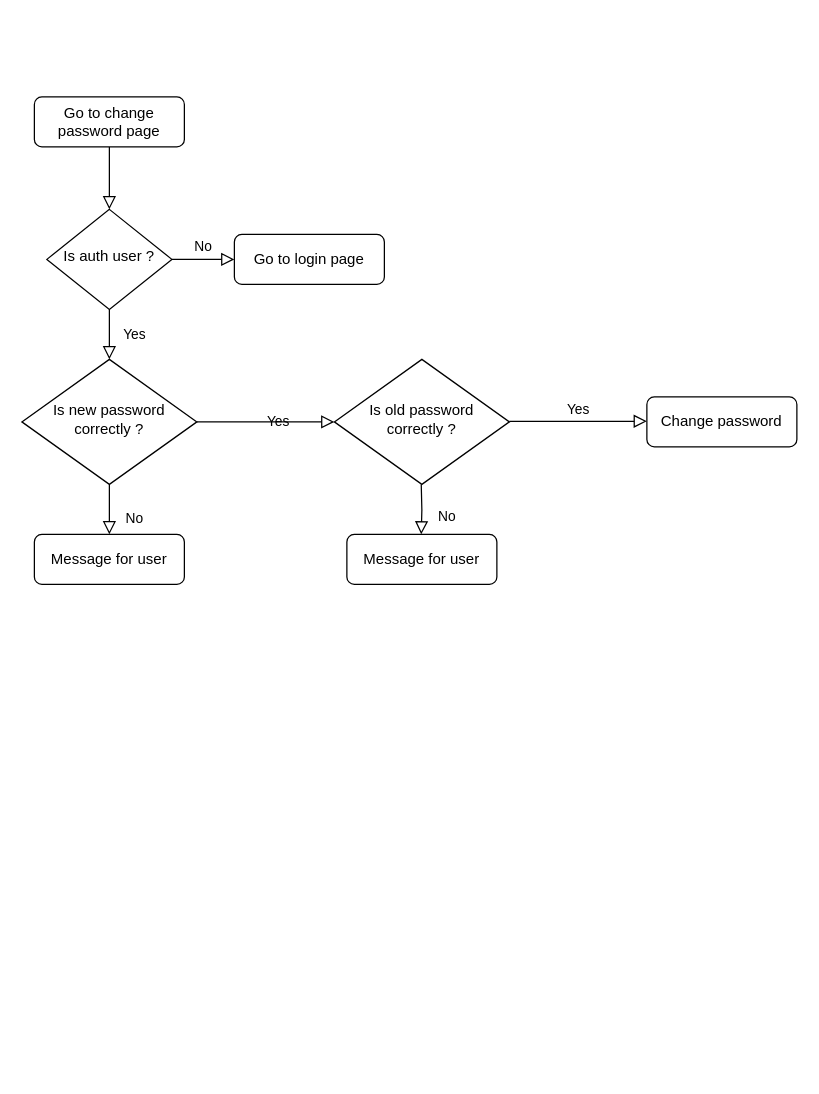
Before: Flow.drawio in Deeathwiing/brackets, a draw.io diagram. Source tidied: cells renumbered, new cells numbered last; positions are measured from the earlier drawing's top-left corner, leaving out a move shared by most shapes. Both pictures are drawn from the tidied source at 125%, with x=0, y=0 at pixel (21, 96).
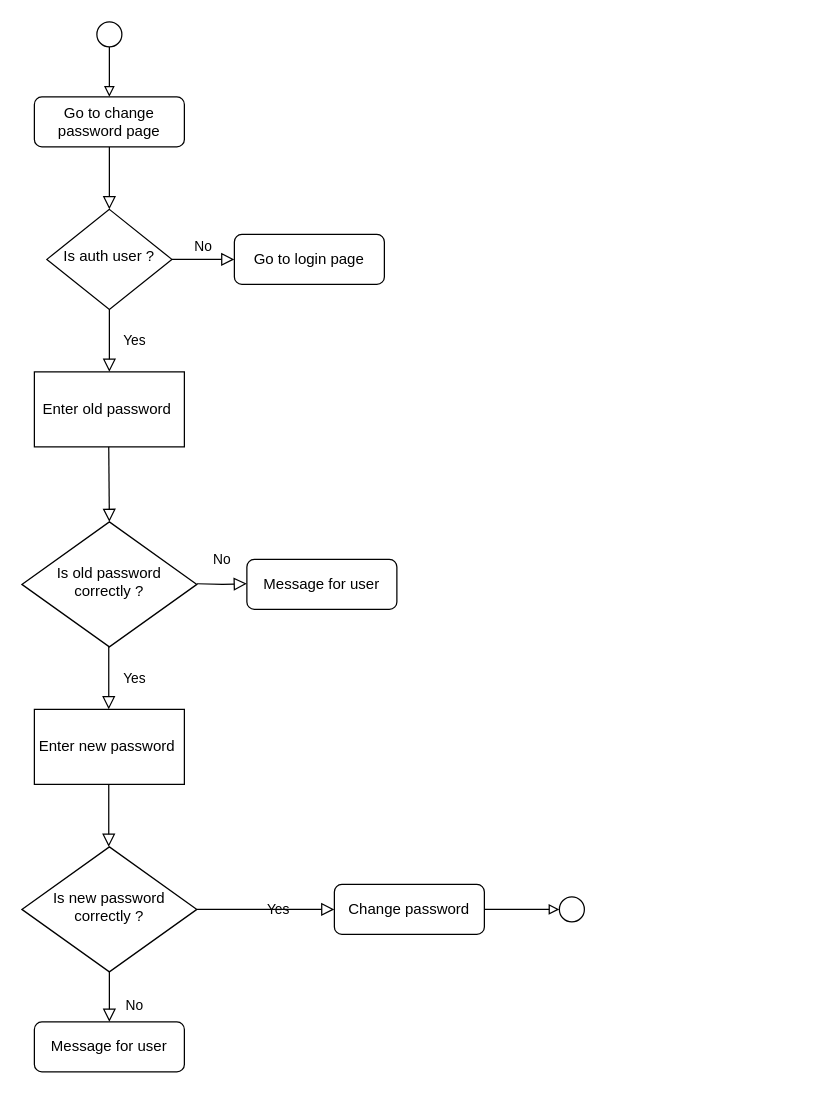
The same page after the edit.

Unchanged cells that the change refers to:
```xml
<mxCell id="3" value="Go to change password page" style="rounded=1;whiteSpace=wrap;html=1;fontSize=12;glass=0;strokeWidth=1;shadow=0;" parent="1" vertex="1">
  <mxGeometry x="10" width="120" height="40" as="geometry" />
</mxCell>
<mxCell id="6" value="Is auth user ?" style="rhombus;whiteSpace=wrap;html=1;shadow=0;fontFamily=Helvetica;fontSize=12;align=center;strokeWidth=1;spacing=6;spacingTop=-4;" parent="1" vertex="1">
  <mxGeometry x="20" y="90" width="100" height="80" as="geometry" />
</mxCell>
```

The edit, as a diff of the source:
```diff
@@
-    <mxCell id="4" value="Yes" style="rounded=0;html=1;jettySize=auto;fontSize=11;endArrow=block;endFill=0;endSize=8;strokeWidth=1;shadow=0;labelBackgroundColor=none;edgeStyle=orthogonalEdgeStyle;" parent="1" edge="1" source="6" target="10">
+    <mxCell id="4" value="Yes" style="rounded=0;html=1;jettySize=auto;fontSize=11;endArrow=block;endFill=0;endSize=8;strokeWidth=1;shadow=0;labelBackgroundColor=none;edgeStyle=orthogonalEdgeStyle;entryX=0.5;entryY=0;entryDx=0;entryDy=0;" parent="1" edge="1" source="6" target="21">
       <mxGeometry y="20" relative="1" as="geometry" />
     </mxCell>
@@
     <mxCell id="9" value="Yes" style="edgeStyle=orthogonalEdgeStyle;rounded=0;html=1;jettySize=auto;fontSize=11;endArrow=block;endFill=0;endSize=8;strokeWidth=1;shadow=0;labelBackgroundColor=none;" parent="1" edge="1" source="10">
       <mxGeometry y="10" relative="1" as="geometry">
-        <mxPoint x="250" y="260" as="targetPoint" />
+        <mxPoint x="250" y="650" as="targetPoint" />
       </mxGeometry>
     </mxCell>
     <mxCell id="10" value="Is new password correctly ?" style="rhombus;whiteSpace=wrap;html=1;shadow=0;fontFamily=Helvetica;fontSize=12;align=center;strokeWidth=1;spacing=6;spacingTop=-4;" parent="1" vertex="1">
-      <mxGeometry y="210" width="140" height="100" as="geometry" />
+      <mxGeometry y="600" width="140" height="100" as="geometry" />
     </mxCell>
     <mxCell id="11" value="Message for user" style="rounded=1;whiteSpace=wrap;html=1;fontSize=12;glass=0;strokeWidth=1;shadow=0;" parent="1" vertex="1">
-      <mxGeometry x="10" y="350" width="120" height="40" as="geometry" />
+      <mxGeometry x="10" y="740" width="120" height="40" as="geometry" />
     </mxCell>
     <mxCell id="12" value="Is old password correctly ?" style="rhombus;whiteSpace=wrap;html=1;shadow=0;fontFamily=Helvetica;fontSize=12;align=center;strokeWidth=1;spacing=6;spacingTop=-4;" parent="1" vertex="1">
-      <mxGeometry x="250" y="210" width="140" height="100" as="geometry" />
+      <mxGeometry y="340" width="140" height="100" as="geometry" />
     </mxCell>
     <mxCell id="13" value="Message for user" style="rounded=1;whiteSpace=wrap;html=1;fontSize=12;glass=0;strokeWidth=1;shadow=0;" parent="1" vertex="1">
-      <mxGeometry x="260" y="350" width="120" height="40" as="geometry" />
+      <mxGeometry x="180" y="370" width="120" height="40" as="geometry" />
     </mxCell>
     <mxCell id="14" value="No" style="rounded=0;html=1;jettySize=auto;orthogonalLoop=1;fontSize=11;endArrow=block;endFill=0;endSize=8;strokeWidth=1;shadow=0;labelBackgroundColor=none;edgeStyle=orthogonalEdgeStyle;" parent="1" edge="1">
-      <mxGeometry x="0.33" y="20" relative="1" as="geometry">
-        <mxPoint x="319.5" y="310" as="sourcePoint" />
-        <mxPoint x="319.5" y="350" as="targetPoint" />
+      <mxGeometry x="-0.05" y="20" relative="1" as="geometry">
+        <mxPoint x="140" y="389.5" as="sourcePoint" />
+        <mxPoint x="180" y="389.5" as="targetPoint" />
       </mxGeometry>
     </mxCell>
-    <mxCell id="15" value="Yes" style="edgeStyle=orthogonalEdgeStyle;rounded=0;html=1;jettySize=auto;orthogonalLoop=1;fontSize=11;endArrow=block;endFill=0;endSize=8;strokeWidth=1;shadow=0;labelBackgroundColor=none;" parent="1" edge="1">
-      <mxGeometry y="10" relative="1" as="geometry">
-        <mxPoint x="390" y="259.5" as="sourcePoint" />
-        <mxPoint x="500" y="259.5" as="targetPoint" />
-      </mxGeometry>
-    </mxCell>
+    <mxCell id="17" style="edgeStyle=orthogonalEdgeStyle;rounded=0;jettySize=auto;html=1;entryX=0;entryY=0.5;entryDx=0;entryDy=0;endArrow=block;endFill=0;" parent="1" edge="1" source="16" target="20">
+      <mxGeometry relative="1" as="geometry" />
+    </mxCell>
     <mxCell id="16" value="Change password" style="rounded=1;whiteSpace=wrap;html=1;fontSize=12;glass=0;strokeWidth=1;shadow=0;" parent="1" vertex="1">
-      <mxGeometry x="500" y="240" width="120" height="40" as="geometry" />
+      <mxGeometry x="250" y="630" width="120" height="40" as="geometry" />
     </mxCell>
+    <mxCell id="18" style="edgeStyle=orthogonalEdgeStyle;rounded=0;jettySize=auto;html=1;endArrow=block;endFill=0;" parent="1" edge="1" source="19" target="3">
+      <mxGeometry relative="1" as="geometry" />
+    </mxCell>
+    <mxCell id="19" style="ellipse;whiteSpace=wrap;html=1;" parent="1" vertex="1">
+      <mxGeometry x="60" y="-60" width="20" height="20" as="geometry" />
+    </mxCell>
+    <mxCell id="20" style="ellipse;whiteSpace=wrap;html=1;" parent="1" vertex="1">
+      <mxGeometry x="430" y="640" width="20" height="20" as="geometry" />
+    </mxCell>
+    <mxCell id="21" value="Enter old password&amp;nbsp;" style="rounded=0;whiteSpace=wrap;html=1;" parent="1" vertex="1">
+      <mxGeometry x="10" y="220" width="120" height="60" as="geometry" />
+    </mxCell>
+    <mxCell id="22" value="Yes" style="rounded=0;html=1;jettySize=auto;fontSize=11;endArrow=block;endFill=0;endSize=8;strokeWidth=1;shadow=0;labelBackgroundColor=none;edgeStyle=orthogonalEdgeStyle;entryX=0.5;entryY=0;entryDx=0;entryDy=0;noLabel=1;fontColor=none;" parent="1" edge="1" target="12">
+      <mxGeometry y="20" relative="1" as="geometry">
+        <mxPoint x="69.5" y="280" as="sourcePoint" />
+      </mxGeometry>
+    </mxCell>
+    <mxCell id="23" value="Enter new password&amp;nbsp;" style="rounded=0;whiteSpace=wrap;html=1;" parent="1" vertex="1">
+      <mxGeometry x="10" y="490" width="120" height="60" as="geometry" />
+    </mxCell>
+    <mxCell id="24" value="Yes" style="rounded=0;html=1;jettySize=auto;orthogonalLoop=1;fontSize=11;endArrow=block;endFill=0;endSize=8;strokeWidth=1;shadow=0;labelBackgroundColor=none;edgeStyle=orthogonalEdgeStyle;entryX=0.5;entryY=0;entryDx=0;entryDy=0;" parent="1" edge="1">
+      <mxGeometry y="20" relative="1" as="geometry">
+        <mxPoint x="69.5" y="440" as="sourcePoint" />
+        <mxPoint x="69.5" y="490" as="targetPoint" />
+      </mxGeometry>
+    </mxCell>
+    <mxCell id="25" value="Yes" style="rounded=0;html=1;jettySize=auto;orthogonalLoop=1;fontSize=11;endArrow=block;endFill=0;endSize=8;strokeWidth=1;shadow=0;labelBackgroundColor=none;edgeStyle=orthogonalEdgeStyle;entryX=0.5;entryY=0;entryDx=0;entryDy=0;noLabel=1;fontColor=none;" parent="1" edge="1">
+      <mxGeometry x="-0.6" y="191" relative="1" as="geometry">
+        <mxPoint x="69.5" y="550" as="sourcePoint" />
+        <mxPoint x="69.5" y="600" as="targetPoint" />
+      </mxGeometry>
+    </mxCell>
```
